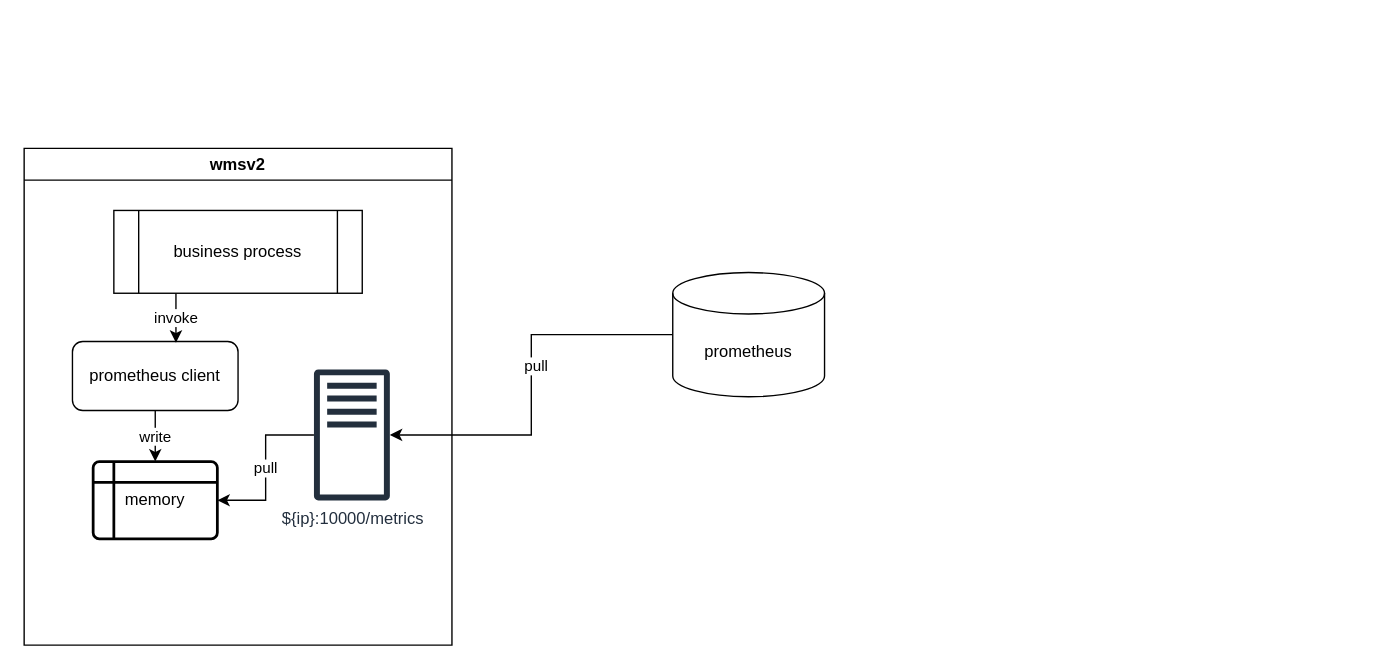
This is prom_util_process.drawio from yindongjun/drawio-2, a draw.io file, before an edit. Source tidied: cells renumbered, new cells numbered last; positions are measured from the earlier drawing's top-left corner, leaving out a move shared by most shapes. Both pictures are drawn from the tidied source at 138%, with x=0, y=0 at pixel (23, 148).
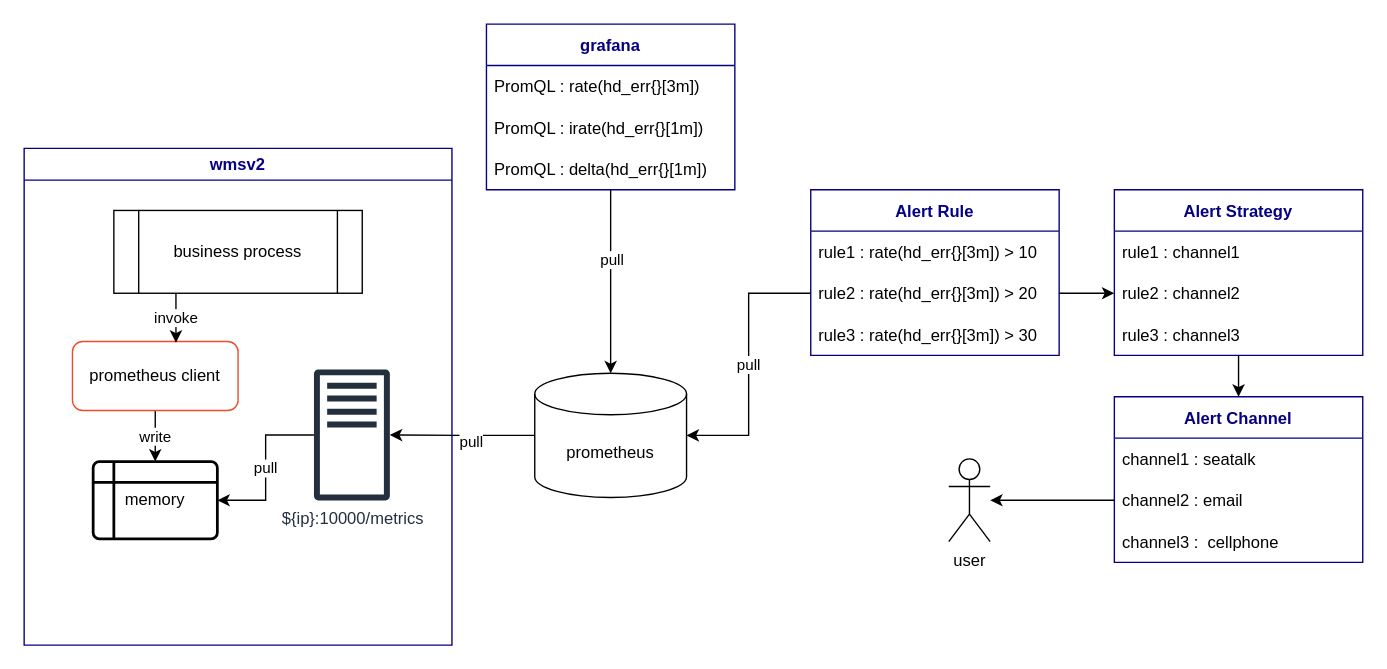
The same diagram, later.

Diff of the diagram source:
```diff
@@
     <mxCell id="4" value="prometheus" style="shape=cylinder3;whiteSpace=wrap;html=1;boundedLbl=1;backgroundOutline=1;size=15;" parent="1" vertex="1">
-      <mxGeometry x="470" y="90" width="110" height="90" as="geometry" />
+      <mxGeometry x="370" y="163" width="110" height="90" as="geometry" />
     </mxCell>
-    <mxCell id="5" value="wmsv2" style="swimlane;" parent="1" vertex="1">
+    <mxCell id="5" value="wmsv2" style="swimlane;strokeColor=#060083;fontColor=#060083;" parent="1" vertex="1">
       <mxGeometry width="310" height="360" as="geometry" />
     </mxCell>
@@
-    <mxCell id="10" value="prometheus client" style="rounded=1;whiteSpace=wrap;html=1;" parent="5" vertex="1">
+    <mxCell id="10" value="prometheus client" style="rounded=1;whiteSpace=wrap;html=1;strokeColor=#EC4C2C;" parent="5" vertex="1">
       <mxGeometry x="35" y="140" width="120" height="50" as="geometry" />
     </mxCell>
@@
+    <mxCell id="13" style="edgeStyle=orthogonalEdgeStyle;rounded=0;jettySize=auto;html=1;entryX=0.5;entryY=0;entryDx=0;entryDy=0;entryPerimeter=0;" parent="1" edge="1" source="15" target="4">
+      <mxGeometry relative="1" as="geometry" />
+    </mxCell>
+    <mxCell id="14" value="pull" style="edgeLabel;html=1;align=center;verticalAlign=middle;" parent="13" vertex="1">
+      <mxGeometry x="-0.25" relative="1" as="geometry" />
+    </mxCell>
+    <mxCell id="15" value="grafana" style="swimlane;fontStyle=1;horizontal=1;startSize=30;strokeColor=#060083;fontColor=#060083;" parent="1" vertex="1">
+      <mxGeometry x="335" y="-90" width="180" height="120" as="geometry" />
+    </mxCell>
+    <mxCell id="16" value="PromQL : rate(hd_err{}[3m])" style="text;strokeColor=none;fillColor=none;align=left;verticalAlign=middle;spacingLeft=4;spacingRight=4;overflow=hidden;" parent="15" vertex="1">
+      <mxGeometry y="30" width="180" height="30" as="geometry" />
+    </mxCell>
+    <mxCell id="17" value="PromQL : irate(hd_err{}[1m])" style="text;strokeColor=none;fillColor=none;align=left;verticalAlign=middle;spacingLeft=4;spacingRight=4;overflow=hidden;" parent="15" vertex="1">
+      <mxGeometry y="60" width="180" height="30" as="geometry" />
+    </mxCell>
+    <mxCell id="18" value="PromQL : delta(hd_err{}[1m])" style="text;strokeColor=none;fillColor=none;align=left;verticalAlign=middle;spacingLeft=4;spacingRight=4;overflow=hidden;" parent="15" vertex="1">
+      <mxGeometry y="90" width="180" height="30" as="geometry" />
+    </mxCell>
+    <mxCell id="19" value="Alert Rule" style="swimlane;fontStyle=1;horizontal=1;startSize=30;strokeColor=#060083;fontColor=#060083;" parent="1" vertex="1">
+      <mxGeometry x="570" y="30" width="180" height="120" as="geometry" />
+    </mxCell>
+    <mxCell id="20" value="rule1 : rate(hd_err{}[3m]) &gt; 10" style="text;strokeColor=none;fillColor=none;align=left;verticalAlign=middle;spacingLeft=4;spacingRight=4;overflow=hidden;" parent="19" vertex="1">
+      <mxGeometry y="30" width="180" height="30" as="geometry" />
+    </mxCell>
+    <mxCell id="21" value="rule2 : rate(hd_err{}[3m]) &gt; 20" style="text;strokeColor=none;fillColor=none;align=left;verticalAlign=middle;spacingLeft=4;spacingRight=4;overflow=hidden;points=[[0,0.5],[1,0.5]];portConstraint=eastwest;" parent="19" vertex="1">
+      <mxGeometry y="60" width="180" height="30" as="geometry" />
+    </mxCell>
+    <mxCell id="22" value="rule3 : rate(hd_err{}[3m]) &gt; 30" style="text;strokeColor=none;fillColor=none;align=left;verticalAlign=middle;spacingLeft=4;spacingRight=4;overflow=hidden;" parent="19" vertex="1">
+      <mxGeometry y="90" width="180" height="30" as="geometry" />
+    </mxCell>
+    <mxCell id="23" style="edgeStyle=orthogonalEdgeStyle;rounded=0;jettySize=auto;html=1;entryX=0.5;entryY=0;entryDx=0;entryDy=0;" parent="1" edge="1" source="24" target="28">
+      <mxGeometry relative="1" as="geometry" />
+    </mxCell>
+    <mxCell id="24" value="Alert Strategy" style="swimlane;fontStyle=1;horizontal=1;startSize=30;strokeColor=#060083;fontColor=#060083;" parent="1" vertex="1">
+      <mxGeometry x="790" y="30" width="180" height="120" as="geometry" />
+    </mxCell>
+    <mxCell id="25" value="rule1 : channel1" style="text;strokeColor=none;fillColor=none;align=left;verticalAlign=middle;spacingLeft=4;spacingRight=4;overflow=hidden;" parent="24" vertex="1">
+      <mxGeometry y="30" width="180" height="30" as="geometry" />
+    </mxCell>
+    <mxCell id="26" value="rule2 : channel2" style="text;strokeColor=none;fillColor=none;align=left;verticalAlign=middle;spacingLeft=4;spacingRight=4;overflow=hidden;points=[[0,0.5],[1,0.5]];portConstraint=eastwest;" parent="24" vertex="1">
+      <mxGeometry y="60" width="180" height="30" as="geometry" />
+    </mxCell>
+    <mxCell id="27" value="rule3 : channel3" style="text;strokeColor=none;fillColor=none;align=left;verticalAlign=middle;spacingLeft=4;spacingRight=4;overflow=hidden;" parent="24" vertex="1">
+      <mxGeometry y="90" width="180" height="30" as="geometry" />
+    </mxCell>
+    <mxCell id="28" value="Alert Channel" style="swimlane;fontStyle=1;horizontal=1;startSize=30;strokeColor=#060083;fontColor=#060083;" parent="1" vertex="1">
+      <mxGeometry x="790" y="180" width="180" height="120" as="geometry" />
+    </mxCell>
+    <mxCell id="29" value="channel1 : seatalk" style="text;strokeColor=none;fillColor=none;align=left;verticalAlign=middle;spacingLeft=4;spacingRight=4;overflow=hidden;" parent="28" vertex="1">
+      <mxGeometry y="30" width="180" height="30" as="geometry" />
+    </mxCell>
+    <mxCell id="30" value="channel2 : email" style="text;strokeColor=none;fillColor=none;align=left;verticalAlign=middle;spacingLeft=4;spacingRight=4;overflow=hidden;points=[[0,0.5],[1,0.5]];portConstraint=eastwest;" parent="28" vertex="1">
+      <mxGeometry y="60" width="180" height="30" as="geometry" />
+    </mxCell>
+    <mxCell id="31" value="channel3 :  cellphone" style="text;strokeColor=none;fillColor=none;align=left;verticalAlign=middle;spacingLeft=4;spacingRight=4;overflow=hidden;" parent="28" vertex="1">
+      <mxGeometry y="90" width="180" height="30" as="geometry" />
+    </mxCell>
+    <mxCell id="32" value="pull" style="edgeStyle=orthogonalEdgeStyle;rounded=0;jettySize=auto;html=1;exitX=0;exitY=0.5;exitDx=0;exitDy=0;entryX=1;entryY=0.5;entryDx=0;entryDy=0;entryPerimeter=0;" parent="1" edge="1" source="21" target="4">
+      <mxGeometry relative="1" as="geometry" />
+    </mxCell>
+    <mxCell id="33" style="edgeStyle=orthogonalEdgeStyle;rounded=0;jettySize=auto;html=1;exitX=1;exitY=0.5;exitDx=0;exitDy=0;entryX=0;entryY=0.5;entryDx=0;entryDy=0;" parent="1" edge="1" source="21" target="26">
+      <mxGeometry relative="1" as="geometry" />
+    </mxCell>
+    <mxCell id="34" value="user" style="shape=umlActor;verticalLabelPosition=bottom;verticalAlign=top;html=1;outlineConnect=0;" parent="1" vertex="1">
+      <mxGeometry x="670" y="225" width="30" height="60" as="geometry" />
+    </mxCell>
+    <mxCell id="35" style="edgeStyle=orthogonalEdgeStyle;rounded=0;jettySize=auto;html=1;exitX=0;exitY=0.5;exitDx=0;exitDy=0;" parent="1" edge="1" source="30" target="34">
+      <mxGeometry relative="1" as="geometry" />
+    </mxCell>
```
